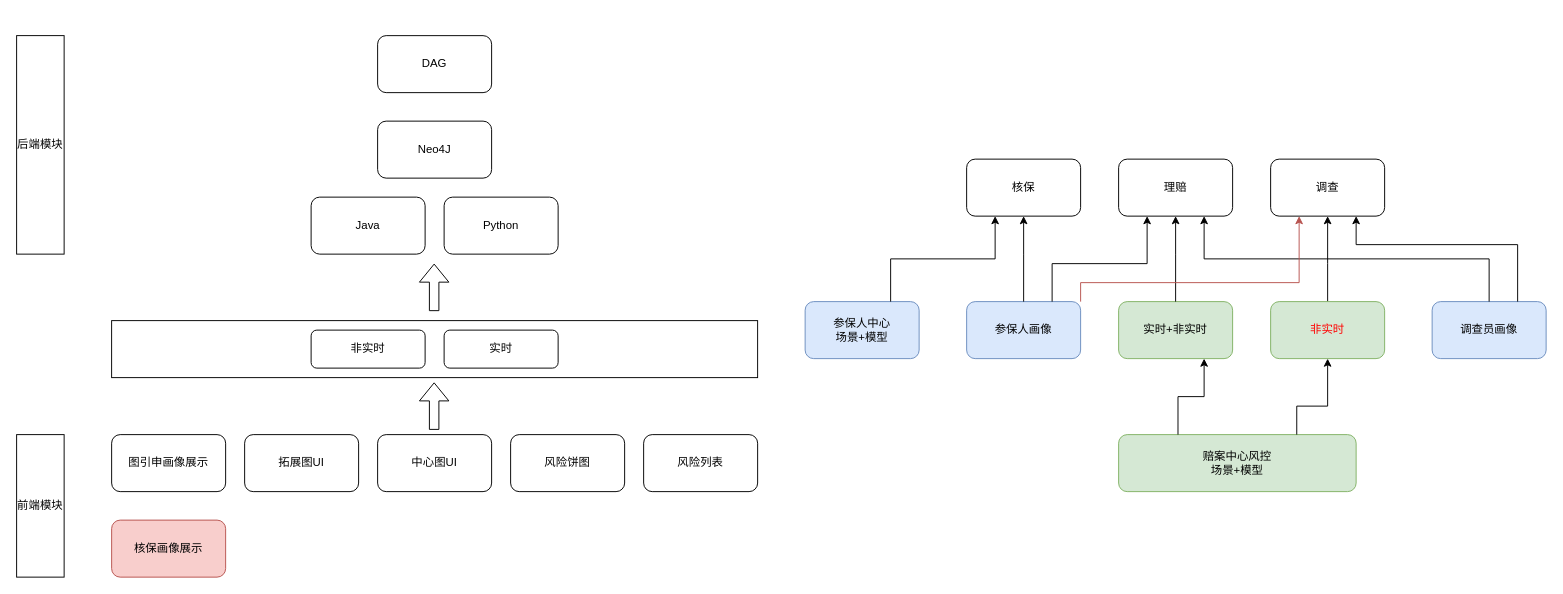
The draw.io diagram 太平/太平模块图.drawio in XiaoLiuAI/diagrams, before the edit. Source tidied: cells renumbered, new cells numbered last; positions are measured from the earlier drawing's top-left corner, leaving out a move shared by most shapes. Both pictures are drawn from the tidied source at 95%, with x=0, y=0 at pixel (16, 35).
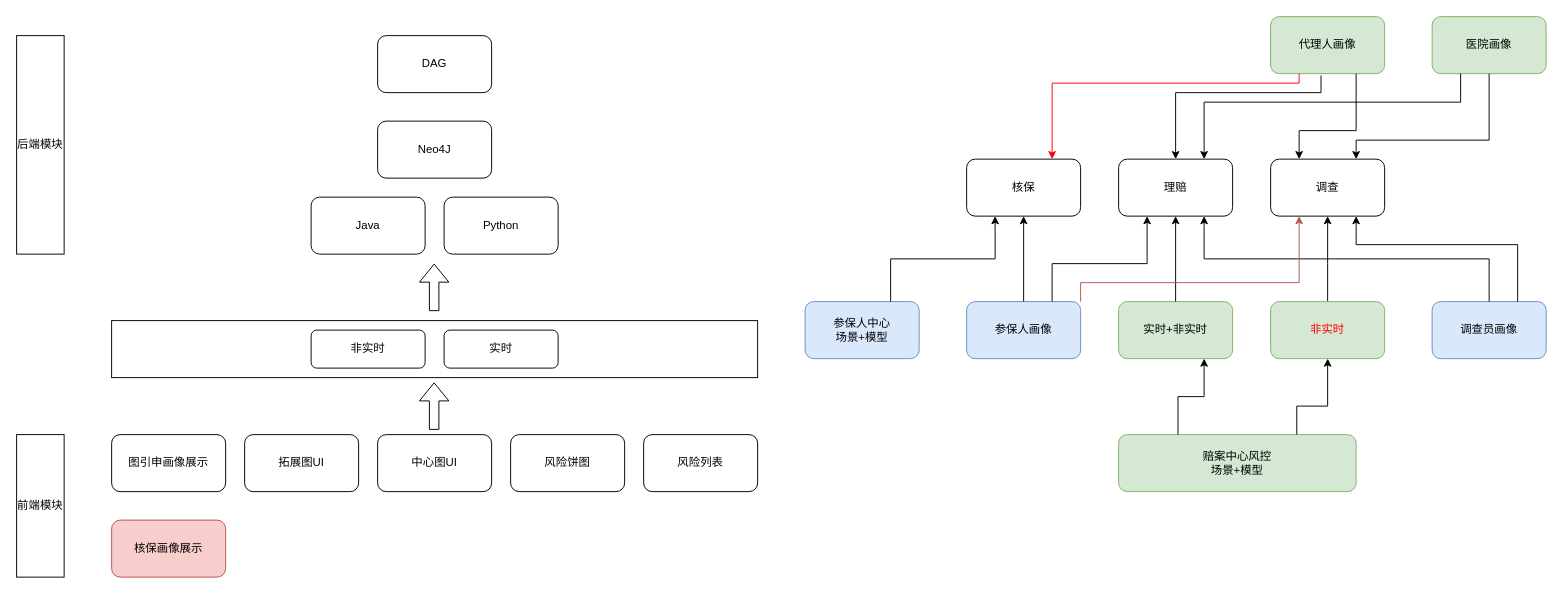
After the change.

Commit message (it also covers changes not shown here):
更新太平模块图.drawio

The change refers to these unchanged cells:
```xml
<mxCell id="2" value="核保" style="rounded=1;whiteSpace=wrap;html=1;" parent="1" vertex="1">
  <mxGeometry x="1000" y="130" width="120" height="60" as="geometry" />
</mxCell>
<mxCell id="3" value="理赔" style="rounded=1;whiteSpace=wrap;html=1;" parent="1" vertex="1">
  <mxGeometry x="1160" y="130" width="120" height="60" as="geometry" />
</mxCell>
<mxCell id="4" value="调查" style="rounded=1;whiteSpace=wrap;html=1;" parent="1" vertex="1">
  <mxGeometry x="1320" y="130" width="120" height="60" as="geometry" />
</mxCell>
```

The edit, as a diff of the source:
```diff
@@
+    <mxCell id="38" value="医院画像" style="rounded=1;whiteSpace=wrap;html=1;fillColor=#d5e8d4;strokeColor=#82b366;" parent="1" vertex="1">
+      <mxGeometry x="1490" y="-20" width="120" height="60" as="geometry" />
+    </mxCell>
+    <mxCell id="39" value="代理人画像" style="rounded=1;whiteSpace=wrap;html=1;fillColor=#d5e8d4;strokeColor=#82b366;" parent="1" vertex="1">
+      <mxGeometry x="1320" y="-20" width="120" height="60" as="geometry" />
+    </mxCell>
+    <mxCell id="40" style="edgeStyle=elbowEdgeStyle;elbow=vertical;endArrow=classic;html=1;rounded=0;strokeColor=#000000;fontColor=#000000;exitX=0.5;exitY=1;exitDx=0;exitDy=0;entryX=0.75;entryY=0;entryDx=0;entryDy=0;" parent="1" edge="1" source="38" target="4">
+      <mxGeometry relative="1" as="geometry">
+        <Array as="points">
+          <mxPoint x="1480" y="110" />
+        </Array>
+      </mxGeometry>
+    </mxCell>
+    <mxCell id="41" style="edgeStyle=elbowEdgeStyle;elbow=vertical;endArrow=classic;html=1;rounded=0;strokeColor=#000000;fontColor=#000000;exitX=0.25;exitY=1;exitDx=0;exitDy=0;entryX=0.75;entryY=0;entryDx=0;entryDy=0;" parent="1" edge="1" source="38" target="3">
+      <mxGeometry relative="1" as="geometry">
+        <Array as="points">
+          <mxPoint x="1380" y="70" />
+        </Array>
+      </mxGeometry>
+    </mxCell>
+    <mxCell id="42" style="edgeStyle=elbowEdgeStyle;elbow=vertical;endArrow=classic;html=1;rounded=0;strokeColor=#000000;fontColor=#000000;exitX=0.75;exitY=1;exitDx=0;exitDy=0;entryX=0.25;entryY=0;entryDx=0;entryDy=0;" parent="1" edge="1" source="39" target="4">
+      <mxGeometry relative="1" as="geometry">
+        <Array as="points">
+          <mxPoint x="1380" y="100" />
+        </Array>
+      </mxGeometry>
+    </mxCell>
+    <mxCell id="43" style="edgeStyle=elbowEdgeStyle;elbow=vertical;endArrow=classic;html=1;rounded=0;strokeColor=#000000;fontColor=#000000;exitX=0.442;exitY=1.033;exitDx=0;exitDy=0;entryX=0.5;entryY=0;entryDx=0;entryDy=0;exitPerimeter=0;" parent="1" edge="1" source="39" target="3">
+      <mxGeometry relative="1" as="geometry">
+        <Array as="points">
+          <mxPoint x="1300" y="60" />
+        </Array>
+      </mxGeometry>
+    </mxCell>
+    <mxCell id="44" style="edgeStyle=elbowEdgeStyle;elbow=vertical;endArrow=classic;html=1;rounded=0;strokeColor=#FF0000;fontColor=#000000;exitX=0.25;exitY=1;exitDx=0;exitDy=0;entryX=0.75;entryY=0;entryDx=0;entryDy=0;" parent="1" edge="1" source="39" target="2">
+      <mxGeometry relative="1" as="geometry">
+        <Array as="points">
+          <mxPoint x="1220" y="50" />
+        </Array>
+      </mxGeometry>
+    </mxCell>
```
